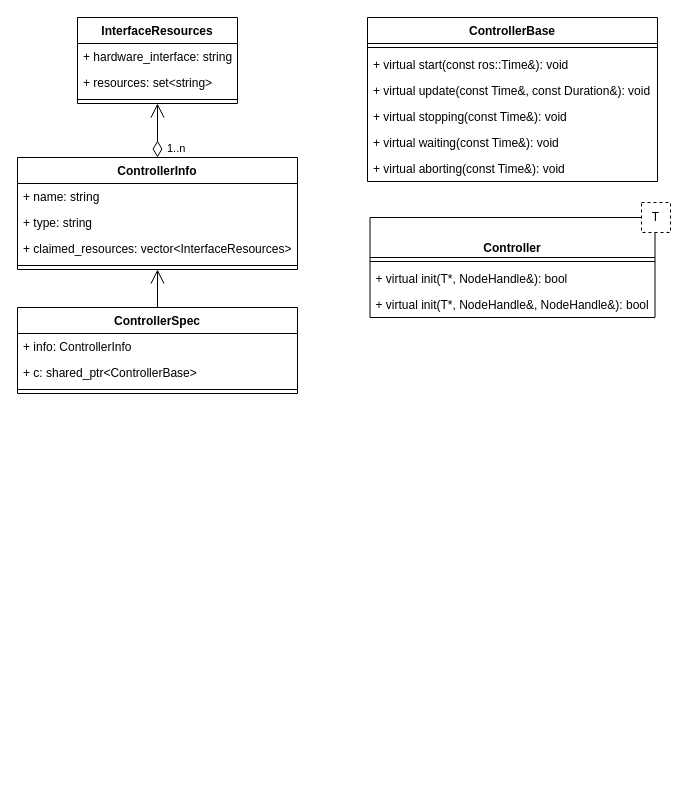
Before: page "Page-2" (2 of 2) of ros_control/ros_control.drawio in hitgavin/diagrams, a draw.io diagram. Source tidied: cells renumbered, new cells numbered last; positions are measured from the earlier drawing's top-left corner, leaving out a move shared by most shapes. Both pictures are drawn from the tidied source at 100%, with x=0, y=0 at pixel (17, 17).
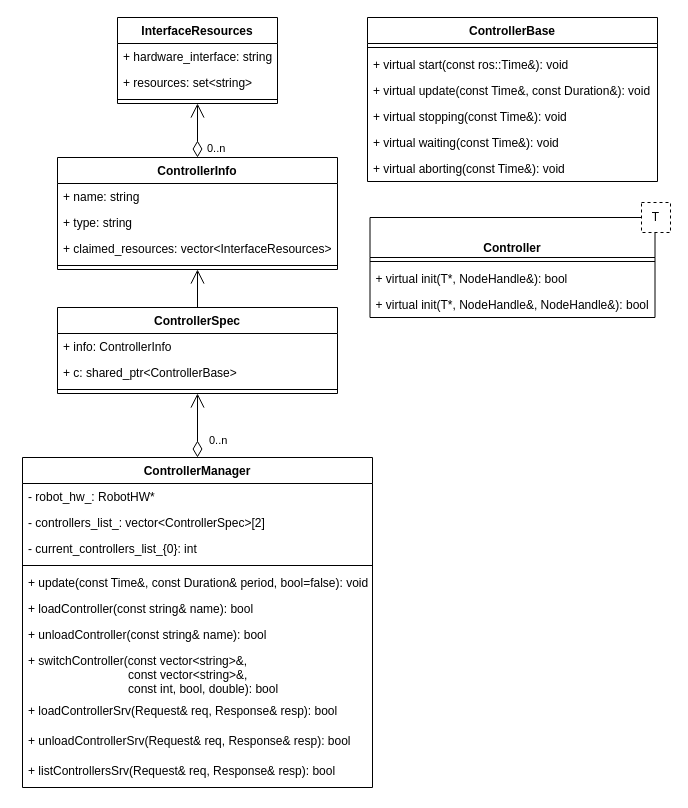
The same page after the edit.

What changed in the source:
```diff
@@
     <mxCell id="2" value="InterfaceResources" style="swimlane;fontStyle=1;align=center;verticalAlign=top;horizontal=1;startSize=26;" parent="1" vertex="1">
-      <mxGeometry x="60" width="160" height="86" as="geometry" />
+      <mxGeometry x="100" width="160" height="86" as="geometry" />
     </mxCell>
@@
     <mxCell id="6" value="ControllerInfo" style="swimlane;fontStyle=1;align=center;verticalAlign=top;horizontal=1;startSize=26;" parent="1" vertex="1">
-      <mxGeometry y="140" width="280" height="112" as="geometry" />
+      <mxGeometry x="40" y="140" width="280" height="112" as="geometry" />
     </mxCell>
@@
-    <mxCell id="12" value="1..n" style="endArrow=open;html=1;endSize=12;startArrow=diamondThin;startSize=14;startFill=0;edgeStyle=orthogonalEdgeStyle;align=left;verticalAlign=bottom;rounded=0;" parent="1" edge="1" source="6" target="2">
+    <mxCell id="12" value="0..n" style="endArrow=open;html=1;endSize=12;startArrow=diamondThin;startSize=14;startFill=0;edgeStyle=orthogonalEdgeStyle;align=left;verticalAlign=bottom;rounded=0;" parent="1" edge="1" source="6" target="2">
       <mxGeometry x="-1" y="-8" relative="1" as="geometry" />
     </mxCell>
     <mxCell id="13" value="ControllerSpec" style="swimlane;fontStyle=1;align=center;verticalAlign=top;horizontal=1;startSize=26;" parent="1" vertex="1">
-      <mxGeometry y="290" width="280" height="86" as="geometry" />
+      <mxGeometry x="40" y="290" width="280" height="86" as="geometry" />
     </mxCell>
@@
+    <mxCell id="29" value="ControllerManager" style="swimlane;fontStyle=1;align=center;verticalAlign=top;horizontal=1;startSize=26;" parent="1" vertex="1">
+      <mxGeometry x="5" y="440" width="350" height="330" as="geometry" />
+    </mxCell>
+    <mxCell id="30" value="- robot_hw_: RobotHW*" style="text;strokeColor=none;fillColor=none;align=left;verticalAlign=top;spacingLeft=4;spacingRight=4;overflow=hidden;" parent="29" vertex="1">
+      <mxGeometry y="26" width="350" height="26" as="geometry" />
+    </mxCell>
+    <mxCell id="31" value="- controllers_list_: vector&lt;ControllerSpec&gt;[2]" style="text;strokeColor=none;fillColor=none;align=left;verticalAlign=top;spacingLeft=4;spacingRight=4;overflow=hidden;" parent="29" vertex="1">
+      <mxGeometry y="52" width="350" height="26" as="geometry" />
+    </mxCell>
+    <mxCell id="32" value="- current_controllers_list_{0}: int" style="text;strokeColor=none;fillColor=none;align=left;verticalAlign=top;spacingLeft=4;spacingRight=4;overflow=hidden;" parent="29" vertex="1">
+      <mxGeometry y="78" width="350" height="26" as="geometry" />
+    </mxCell>
+    <mxCell id="33" style="line;strokeWidth=1;fillColor=none;align=left;verticalAlign=middle;spacingTop=-1;spacingLeft=3;spacingRight=3;labelPosition=right;" parent="29" vertex="1">
+      <mxGeometry y="104" width="350" height="8" as="geometry" />
+    </mxCell>
+    <mxCell id="34" value="+ update(const Time&amp;, const Duration&amp; period, bool=false): void" style="text;strokeColor=none;fillColor=none;align=left;verticalAlign=top;spacingLeft=4;spacingRight=4;overflow=hidden;" parent="29" vertex="1">
+      <mxGeometry y="112" width="350" height="26" as="geometry" />
+    </mxCell>
+    <mxCell id="35" value="+ loadController(const string&amp; name): bool" style="text;strokeColor=none;fillColor=none;align=left;verticalAlign=top;spacingLeft=4;spacingRight=4;overflow=hidden;" parent="29" vertex="1">
+      <mxGeometry y="138" width="350" height="26" as="geometry" />
+    </mxCell>
+    <mxCell id="36" value="+ unloadController(const string&amp; name): bool" style="text;strokeColor=none;fillColor=none;align=left;verticalAlign=top;spacingLeft=4;spacingRight=4;overflow=hidden;" parent="29" vertex="1">
+      <mxGeometry y="164" width="350" height="26" as="geometry" />
+    </mxCell>
+    <mxCell id="37" value="+ switchController(const vector&lt;string&gt;&amp;,&#10;                              const vector&lt;string&gt;&amp;,&#10;                              const int, bool, double): bool" style="text;strokeColor=none;fillColor=none;align=left;verticalAlign=top;spacingLeft=4;spacingRight=4;overflow=hidden;" parent="29" vertex="1">
+      <mxGeometry y="190" width="350" height="50" as="geometry" />
+    </mxCell>
+    <mxCell id="38" value="+ loadControllerSrv(Request&amp; req, Response&amp; resp): bool" style="text;strokeColor=none;fillColor=none;align=left;verticalAlign=top;spacingLeft=4;spacingRight=4;overflow=hidden;" parent="29" vertex="1">
+      <mxGeometry y="240" width="350" height="30" as="geometry" />
+    </mxCell>
+    <mxCell id="39" value="+ unloadControllerSrv(Request&amp; req, Response&amp; resp): bool" style="text;strokeColor=none;fillColor=none;align=left;verticalAlign=top;spacingLeft=4;spacingRight=4;overflow=hidden;" parent="29" vertex="1">
+      <mxGeometry y="270" width="350" height="30" as="geometry" />
+    </mxCell>
+    <mxCell id="40" value="+ listControllersSrv(Request&amp; req, Response&amp; resp): bool" style="text;strokeColor=none;fillColor=none;align=left;verticalAlign=top;spacingLeft=4;spacingRight=4;overflow=hidden;" parent="29" vertex="1">
+      <mxGeometry y="300" width="350" height="30" as="geometry" />
+    </mxCell>
+    <mxCell id="41" style="endArrow=open;html=1;endSize=12;startArrow=diamondThin;startSize=14;startFill=0;edgeStyle=orthogonalEdgeStyle;rounded=0;exitX=0.5;exitY=0;exitDx=0;exitDy=0;entryX=0.5;entryY=1;entryDx=0;entryDy=0;" parent="1" edge="1" source="29" target="13">
+      <mxGeometry relative="1" as="geometry" />
+    </mxCell>
+    <mxCell id="42" value="0..n" style="edgeLabel;html=1;align=left;verticalAlign=top;" parent="41" vertex="1">
+      <mxGeometry x="-1" relative="1" as="geometry">
+        <mxPoint x="10" y="-30" as="offset" />
+      </mxGeometry>
+    </mxCell>
```
